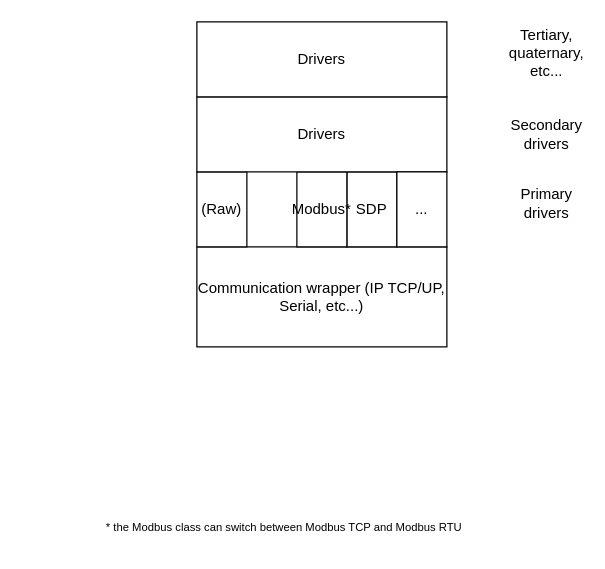
The draw.io diagram Architecture/Architecture.drawio in syndesi-project/Documentation, before the edit. Source tidied: cells renumbered, new cells numbered last; positions are measured from the earlier drawing's top-left corner, leaving out a move shared by most shapes. Both pictures are drawn from the tidied source at 125%, with x=0, y=0 at pixel (21, 21).
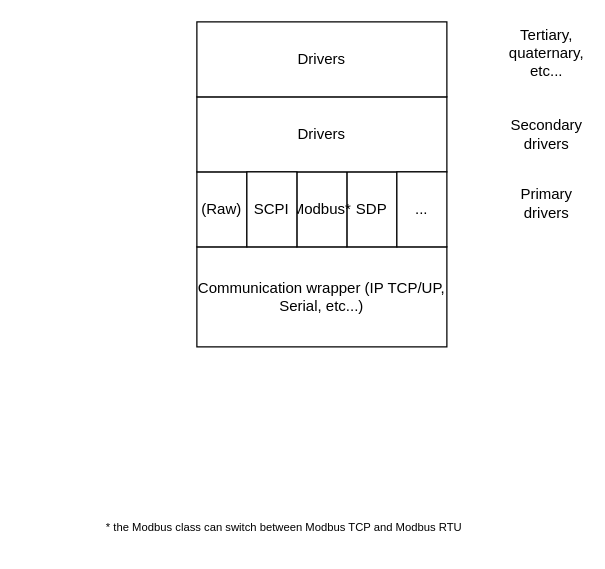
The same diagram, later.

Change to the diagram source:
```diff
@@
 <mxGraphModel>
   <root>
     <mxCell id="0" />
     <mxCell id="1" parent="0" />
     <mxCell id="2" value="Communication wrapper (IP TCP/UP, Serial, etc...)" style="rounded=0;whiteSpace=wrap;html=1;" parent="1" vertex="1">
       <mxGeometry x="140" y="180" width="200" height="80" as="geometry" />
     </mxCell>
     <mxCell id="3" value="SDP" style="rounded=0;whiteSpace=wrap;html=1;" parent="1" vertex="1">
       <mxGeometry x="260" y="120" width="40" height="60" as="geometry" />
     </mxCell>
     <mxCell id="4" value="Modbus*" style="rounded=0;whiteSpace=wrap;html=1;" parent="1" vertex="1">
       <mxGeometry x="220" y="120" width="40" height="60" as="geometry" />
     </mxCell>
     <mxCell id="5" value="(Raw)" style="rounded=0;whiteSpace=wrap;html=1;" parent="1" vertex="1">
       <mxGeometry x="140" y="120" width="40" height="60" as="geometry" />
     </mxCell>
     <mxCell id="6" value="Primary drivers" style="text;html=1;strokeColor=none;fillColor=none;align=center;verticalAlign=middle;whiteSpace=wrap;rounded=0;" parent="1" vertex="1">
       <mxGeometry x="390" y="130" width="60" height="30" as="geometry" />
     </mxCell>
     <mxCell id="7" value="Drivers" style="rounded=0;whiteSpace=wrap;html=1;" parent="1" vertex="1">
       <mxGeometry x="140" y="60" width="200" height="60" as="geometry" />
     </mxCell>
     <mxCell id="8" value="Drivers" style="rounded=0;whiteSpace=wrap;html=1;" parent="1" vertex="1">
       <mxGeometry x="140" width="200" height="60" as="geometry" />
     </mxCell>
     <mxCell id="9" value="Secondary drivers" style="text;html=1;strokeColor=none;fillColor=none;align=center;verticalAlign=middle;whiteSpace=wrap;rounded=0;" parent="1" vertex="1">
       <mxGeometry x="390" y="75" width="60" height="30" as="geometry" />
     </mxCell>
     <mxCell id="10" value="Tertiary, quaternary, etc..." style="text;html=1;strokeColor=none;fillColor=none;align=center;verticalAlign=middle;whiteSpace=wrap;rounded=0;" parent="1" vertex="1">
       <mxGeometry x="390" y="10" width="60" height="30" as="geometry" />
     </mxCell>
     <mxCell id="11" value="..." style="rounded=0;whiteSpace=wrap;html=1;" parent="1" vertex="1">
       <mxGeometry x="300" y="120" width="40" height="60" as="geometry" />
     </mxCell>
     <mxCell id="12" value="* the Modbus class can switch between Modbus TCP and Modbus RTU" style="text;html=1;strokeColor=none;fillColor=none;align=center;verticalAlign=middle;whiteSpace=wrap;rounded=0;fontSize=9;" parent="1" vertex="1">
       <mxGeometry y="390" width="420" height="30" as="geometry" />
     </mxCell>
+    <mxCell id="13" value="SCPI" style="rounded=0;whiteSpace=wrap;html=1;" parent="1" vertex="1">
+      <mxGeometry x="180" y="120" width="40" height="60" as="geometry" />
+    </mxCell>
   </root>
 </mxGraphModel>
```
